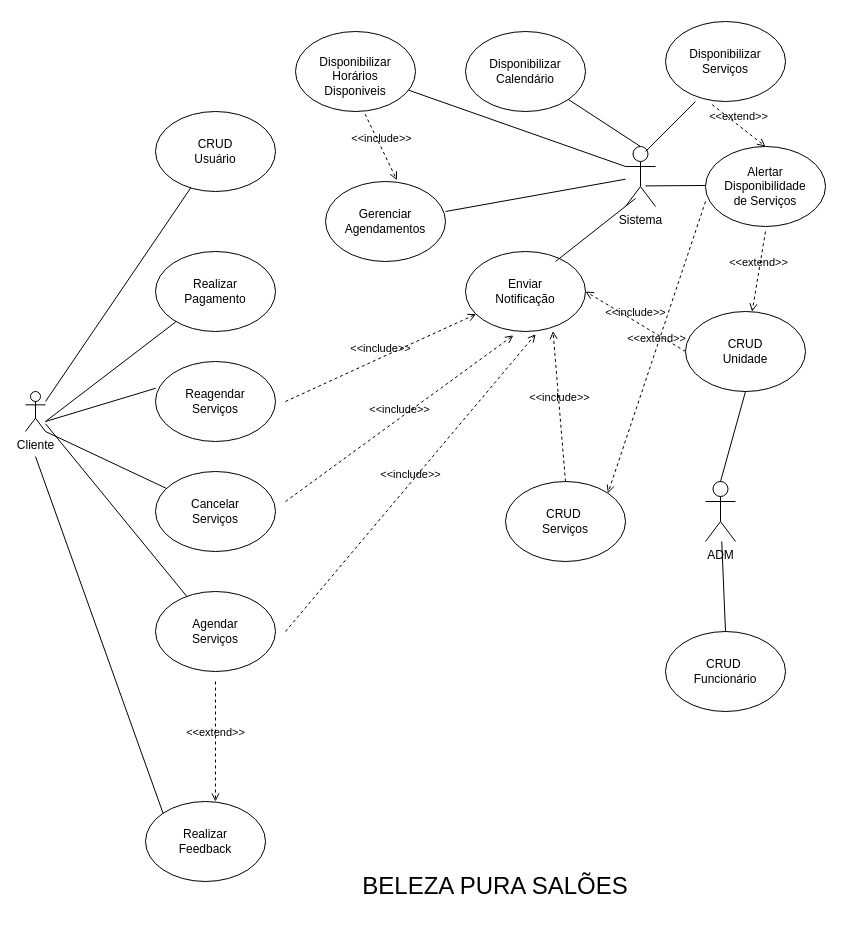
Above: page "Página-1" (1 of 2) of Diagrama sem nome.drawio in AnaBeatriz191/diagramasderequisitos (draw.io), before the change. Source tidied: cells renumbered, new cells numbered last; positions are measured from the earlier drawing's top-left corner, leaving out a move shared by most shapes. Both pictures are drawn from the tidied source at 100%, with x=0, y=0 at pixel (25, 21).
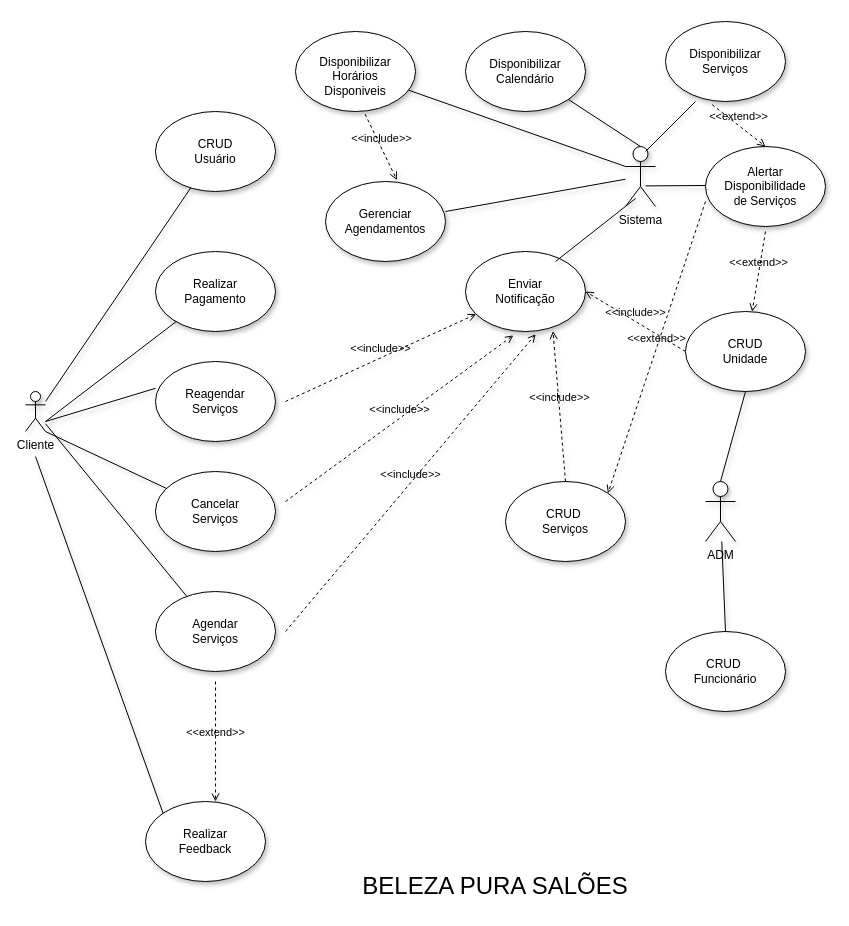
Above is the later version.

What changed in the source:
```diff
@@
-    <mxCell id="2" style="ellipse;whiteSpace=wrap;html=1;" parent="1" vertex="1">
+    <mxCell id="2" style="ellipse;whiteSpace=wrap;html=1;shadow=1;" parent="1" vertex="1">
       <mxGeometry x="440" y="10" width="120" height="80" as="geometry" />
     </mxCell>
-    <mxCell id="3" value="Cliente" style="shape=umlActor;verticalLabelPosition=bottom;verticalAlign=top;html=1;outlineConnect=0;" parent="1" vertex="1">
+    <mxCell id="3" value="Cliente" style="shape=umlActor;verticalLabelPosition=bottom;verticalAlign=top;html=1;outlineConnect=0;shadow=1;" parent="1" vertex="1">
       <mxGeometry y="370" width="20" height="40" as="geometry" />
     </mxCell>
-    <mxCell id="4" value="ADM" style="shape=umlActor;verticalLabelPosition=bottom;verticalAlign=top;html=1;outlineConnect=0;" parent="1" vertex="1">
+    <mxCell id="4" value="ADM" style="shape=umlActor;verticalLabelPosition=bottom;verticalAlign=top;html=1;outlineConnect=0;shadow=1;" parent="1" vertex="1">
       <mxGeometry x="680" y="460" width="30" height="60" as="geometry" />
     </mxCell>
-    <mxCell id="5" style="ellipse;whiteSpace=wrap;html=1;" parent="1" vertex="1">
+    <mxCell id="5" style="ellipse;whiteSpace=wrap;html=1;shadow=1;" parent="1" vertex="1">
       <mxGeometry x="130" y="90" width="120" height="80" as="geometry" />
     </mxCell>
-    <mxCell id="6" style="ellipse;whiteSpace=wrap;html=1;" parent="1" vertex="1">
+    <mxCell id="6" style="ellipse;whiteSpace=wrap;html=1;shadow=1;" parent="1" vertex="1">
       <mxGeometry x="640" y="610" width="120" height="80" as="geometry" />
     </mxCell>
-    <mxCell id="7" value="CRUD Usuário" style="text;html=1;align=center;verticalAlign=middle;whiteSpace=wrap;rounded=0;" parent="1" vertex="1">
+    <mxCell id="7" value="CRUD Usuário" style="text;html=1;align=center;verticalAlign=middle;whiteSpace=wrap;rounded=0;shadow=1;" parent="1" vertex="1">
       <mxGeometry x="160" y="115" width="60" height="30" as="geometry" />
     </mxCell>
-    <mxCell id="8" style="ellipse;whiteSpace=wrap;html=1;" parent="1" vertex="1">
+    <mxCell id="8" style="ellipse;whiteSpace=wrap;html=1;shadow=1;" parent="1" vertex="1">
       <mxGeometry x="130" y="230" width="120" height="80" as="geometry" />
     </mxCell>
-    <mxCell id="9" value="CRUD&amp;nbsp;&lt;div&gt;Funcionário&lt;/div&gt;" style="text;html=1;align=center;verticalAlign=middle;whiteSpace=wrap;rounded=0;" parent="1" vertex="1">
+    <mxCell id="9" value="CRUD&amp;nbsp;&lt;div&gt;Funcionário&lt;/div&gt;" style="text;html=1;align=center;verticalAlign=middle;whiteSpace=wrap;rounded=0;shadow=1;" parent="1" vertex="1">
       <mxGeometry x="670" y="635" width="60" height="30" as="geometry" />
     </mxCell>
-    <mxCell id="10" style="ellipse;whiteSpace=wrap;html=1;" parent="1" vertex="1">
+    <mxCell id="10" style="ellipse;whiteSpace=wrap;html=1;shadow=1;" parent="1" vertex="1">
       <mxGeometry x="130" y="340" width="120" height="80" as="geometry" />
     </mxCell>
-    <mxCell id="11" style="ellipse;whiteSpace=wrap;html=1;" parent="1" vertex="1">
+    <mxCell id="11" style="ellipse;whiteSpace=wrap;html=1;shadow=1;" parent="1" vertex="1">
       <mxGeometry x="130" y="570" width="120" height="80" as="geometry" />
     </mxCell>
-    <mxCell id="12" style="ellipse;whiteSpace=wrap;html=1;" parent="1" vertex="1">
+    <mxCell id="12" style="ellipse;whiteSpace=wrap;html=1;shadow=1;" parent="1" vertex="1">
       <mxGeometry x="440" y="230" width="120" height="80" as="geometry" />
     </mxCell>
-    <mxCell id="13" style="ellipse;whiteSpace=wrap;html=1;" parent="1" vertex="1">
+    <mxCell id="13" style="ellipse;whiteSpace=wrap;html=1;shadow=1;" parent="1" vertex="1">
       <mxGeometry x="640" width="120" height="80" as="geometry" />
     </mxCell>
-    <mxCell id="14" style="ellipse;whiteSpace=wrap;html=1;" parent="1" vertex="1">
+    <mxCell id="14" style="ellipse;whiteSpace=wrap;html=1;shadow=1;" parent="1" vertex="1">
       <mxGeometry x="270" y="10" width="120" height="80" as="geometry" />
     </mxCell>
-    <mxCell id="15" style="ellipse;whiteSpace=wrap;html=1;" parent="1" vertex="1">
+    <mxCell id="15" style="ellipse;whiteSpace=wrap;html=1;shadow=1;" parent="1" vertex="1">
       <mxGeometry x="680" y="125" width="120" height="80" as="geometry" />
     </mxCell>
-    <mxCell id="16" style="ellipse;whiteSpace=wrap;html=1;" parent="1" vertex="1">
+    <mxCell id="16" style="ellipse;whiteSpace=wrap;html=1;shadow=1;" parent="1" vertex="1">
       <mxGeometry x="120" y="780" width="120" height="80" as="geometry" />
     </mxCell>
-    <mxCell id="17" style="ellipse;whiteSpace=wrap;html=1;" parent="1" vertex="1">
+    <mxCell id="17" style="ellipse;whiteSpace=wrap;html=1;shadow=1;" parent="1" vertex="1">
       <mxGeometry x="300" y="160" width="120" height="80" as="geometry" />
     </mxCell>
-    <mxCell id="18" style="ellipse;whiteSpace=wrap;html=1;" parent="1" vertex="1">
+    <mxCell id="18" style="ellipse;whiteSpace=wrap;html=1;shadow=1;" parent="1" vertex="1">
       <mxGeometry x="130" y="450" width="120" height="80" as="geometry" />
     </mxCell>
-    <mxCell id="19" value="Reagendar Serviços" style="text;html=1;align=center;verticalAlign=middle;whiteSpace=wrap;rounded=0;" parent="1" vertex="1">
+    <mxCell id="19" value="Reagendar Serviços" style="text;html=1;align=center;verticalAlign=middle;whiteSpace=wrap;rounded=0;shadow=1;" parent="1" vertex="1">
       <mxGeometry x="160" y="365" width="60" height="30" as="geometry" />
     </mxCell>
-    <mxCell id="20" value="Cancelar Serviços" style="text;html=1;align=center;verticalAlign=middle;whiteSpace=wrap;rounded=0;" parent="1" vertex="1">
+    <mxCell id="20" value="Cancelar Serviços" style="text;html=1;align=center;verticalAlign=middle;whiteSpace=wrap;rounded=0;shadow=1;" parent="1" vertex="1">
       <mxGeometry x="160" y="475" width="60" height="30" as="geometry" />
     </mxCell>
-    <mxCell id="21" value="Disponibilizar Calendário" style="text;html=1;align=center;verticalAlign=middle;whiteSpace=wrap;rounded=0;" parent="1" vertex="1">
+    <mxCell id="21" value="Disponibilizar Calendário" style="text;html=1;align=center;verticalAlign=middle;whiteSpace=wrap;rounded=0;shadow=1;" parent="1" vertex="1">
       <mxGeometry x="470" y="35" width="60" height="30" as="geometry" />
     </mxCell>
-    <mxCell id="22" value="Realizar Pagamento" style="text;html=1;align=center;verticalAlign=middle;whiteSpace=wrap;rounded=0;" parent="1" vertex="1">
+    <mxCell id="22" value="Realizar Pagamento" style="text;html=1;align=center;verticalAlign=middle;whiteSpace=wrap;rounded=0;shadow=1;" parent="1" vertex="1">
       <mxGeometry x="160" y="255" width="60" height="30" as="geometry" />
     </mxCell>
-    <mxCell id="23" value="Realizar Feedback" style="text;html=1;align=center;verticalAlign=middle;whiteSpace=wrap;rounded=0;" parent="1" vertex="1">
+    <mxCell id="23" value="Realizar Feedback" style="text;html=1;align=center;verticalAlign=middle;whiteSpace=wrap;rounded=0;shadow=1;" parent="1" vertex="1">
       <mxGeometry x="150" y="805" width="60" height="30" as="geometry" />
     </mxCell>
-    <mxCell id="24" value="Disponibilizar Serviços" style="text;html=1;align=center;verticalAlign=middle;whiteSpace=wrap;rounded=0;" parent="1" vertex="1">
+    <mxCell id="24" value="Disponibilizar Serviços" style="text;html=1;align=center;verticalAlign=middle;whiteSpace=wrap;rounded=0;shadow=1;" parent="1" vertex="1">
       <mxGeometry x="670" y="25" width="60" height="30" as="geometry" />
     </mxCell>
-    <mxCell id="25" value="Gerenciar Agendamentos" style="text;html=1;align=center;verticalAlign=middle;whiteSpace=wrap;rounded=0;" parent="1" vertex="1">
+    <mxCell id="25" value="Gerenciar Agendamentos" style="text;html=1;align=center;verticalAlign=middle;whiteSpace=wrap;rounded=0;shadow=1;" parent="1" vertex="1">
       <mxGeometry x="330" y="185" width="60" height="30" as="geometry" />
     </mxCell>
-    <mxCell id="26" value="Disponibilizar Horários Disponiveis" style="text;html=1;align=center;verticalAlign=middle;whiteSpace=wrap;rounded=0;" parent="1" vertex="1">
+    <mxCell id="26" value="Disponibilizar Horários Disponiveis" style="text;html=1;align=center;verticalAlign=middle;whiteSpace=wrap;rounded=0;shadow=1;" parent="1" vertex="1">
       <mxGeometry x="300" y="40" width="60" height="30" as="geometry" />
     </mxCell>
-    <mxCell id="27" value="Enviar Notificação" style="text;html=1;align=center;verticalAlign=middle;whiteSpace=wrap;rounded=0;" parent="1" vertex="1">
+    <mxCell id="27" value="Enviar Notificação" style="text;html=1;align=center;verticalAlign=middle;whiteSpace=wrap;rounded=0;shadow=1;" parent="1" vertex="1">
       <mxGeometry x="470" y="255" width="60" height="30" as="geometry" />
     </mxCell>
-    <mxCell id="28" value="Alertar Disponibilidade de Serviços" style="text;html=1;align=center;verticalAlign=middle;whiteSpace=wrap;rounded=0;" parent="1" vertex="1">
+    <mxCell id="28" value="Alertar Disponibilidade de Serviços" style="text;html=1;align=center;verticalAlign=middle;whiteSpace=wrap;rounded=0;shadow=1;" parent="1" vertex="1">
       <mxGeometry x="710" y="150" width="60" height="30" as="geometry" />
     </mxCell>
-    <mxCell id="29" style="endArrow=none;html=1;rounded=0;" parent="1" edge="1" target="5">
+    <mxCell id="29" style="endArrow=none;html=1;rounded=0;shadow=1;" parent="1" edge="1" target="5">
       <mxGeometry relative="1" as="geometry">
         <mxPoint x="20" y="380" as="sourcePoint" />
       </mxGeometry>
     </mxCell>
-    <mxCell id="30" style="endArrow=none;html=1;rounded=0;" parent="1" edge="1" target="8">
+    <mxCell id="30" style="endArrow=none;html=1;rounded=0;shadow=1;" parent="1" edge="1" target="8">
       <mxGeometry relative="1" as="geometry">
         <mxPoint x="20" y="400" as="sourcePoint" />
       </mxGeometry>
     </mxCell>
-    <mxCell id="31" style="endArrow=none;html=1;rounded=0;entryX=0.001;entryY=0.335;entryDx=0;entryDy=0;entryPerimeter=0;" parent="1" edge="1" target="10">
+    <mxCell id="31" style="endArrow=none;html=1;rounded=0;entryX=0.001;entryY=0.335;entryDx=0;entryDy=0;entryPerimeter=0;shadow=1;" parent="1" edge="1" target="10">
       <mxGeometry relative="1" as="geometry">
         <mxPoint x="20" y="400" as="sourcePoint" />
       </mxGeometry>
     </mxCell>
-    <mxCell id="32" style="endArrow=none;html=1;rounded=0;exitX=1;exitY=1;exitDx=0;exitDy=0;exitPerimeter=0;" parent="1" edge="1" source="3" target="18">
+    <mxCell id="32" style="endArrow=none;html=1;rounded=0;exitX=1;exitY=1;exitDx=0;exitDy=0;exitPerimeter=0;shadow=1;" parent="1" edge="1" source="3" target="18">
       <mxGeometry relative="1" as="geometry" />
     </mxCell>
-    <mxCell id="33" style="endArrow=none;html=1;rounded=0;" parent="1" edge="1" source="3" target="11">
+    <mxCell id="33" style="endArrow=none;html=1;rounded=0;shadow=1;" parent="1" edge="1" source="3" target="11">
       <mxGeometry relative="1" as="geometry" />
     </mxCell>
-    <mxCell id="34" style="endArrow=none;html=1;rounded=0;entryX=0;entryY=0;entryDx=0;entryDy=0;" parent="1" edge="1" target="16">
+    <mxCell id="34" style="endArrow=none;html=1;rounded=0;entryX=0;entryY=0;entryDx=0;entryDy=0;shadow=1;" parent="1" edge="1" target="16">
       <mxGeometry relative="1" as="geometry">
         <mxPoint x="10" y="435" as="sourcePoint" />
       </mxGeometry>
     </mxCell>
-    <mxCell id="35" style="endArrow=none;html=1;rounded=0;exitX=0.5;exitY=0;exitDx=0;exitDy=0;" parent="1" edge="1" source="6" target="4">
+    <mxCell id="35" style="endArrow=none;html=1;rounded=0;exitX=0.5;exitY=0;exitDx=0;exitDy=0;shadow=1;" parent="1" edge="1" source="6" target="4">
       <mxGeometry relative="1" as="geometry" />
     </mxCell>
-    <mxCell id="36" value="&amp;lt;&amp;lt;include&amp;gt;&amp;gt;" style="html=1;verticalAlign=bottom;labelBackgroundColor=none;endArrow=open;endFill=0;dashed=1;rounded=0;exitX=0;exitY=0.5;exitDx=0;exitDy=0;entryX=1;entryY=0.5;entryDx=0;entryDy=0;" parent="1" edge="1" source="44" target="12">
+    <mxCell id="36" value="&amp;lt;&amp;lt;include&amp;gt;&amp;gt;" style="html=1;verticalAlign=bottom;labelBackgroundColor=none;endArrow=open;endFill=0;dashed=1;rounded=0;exitX=0;exitY=0.5;exitDx=0;exitDy=0;entryX=1;entryY=0.5;entryDx=0;entryDy=0;shadow=1;" parent="1" edge="1" source="44" target="12">
       <mxGeometry relative="1" as="geometry" />
     </mxCell>
-    <mxCell id="37" value="&amp;lt;&amp;lt;include&amp;gt;&amp;gt;" style="html=1;verticalAlign=bottom;labelBackgroundColor=none;endArrow=open;endFill=0;dashed=1;rounded=0;" parent="1" edge="1" target="12">
+    <mxCell id="37" value="&amp;lt;&amp;lt;include&amp;gt;&amp;gt;" style="html=1;verticalAlign=bottom;labelBackgroundColor=none;endArrow=open;endFill=0;dashed=1;rounded=0;shadow=1;" parent="1" edge="1" target="12">
       <mxGeometry relative="1" as="geometry">
         <mxPoint x="260" y="380" as="sourcePoint" />
       </mxGeometry>
     </mxCell>
-    <mxCell id="38" value="&amp;lt;&amp;lt;include&amp;gt;&amp;gt;" style="html=1;verticalAlign=bottom;labelBackgroundColor=none;endArrow=open;endFill=0;dashed=1;rounded=0;entryX=0.399;entryY=1.048;entryDx=0;entryDy=0;entryPerimeter=0;" parent="1" edge="1" target="12">
+    <mxCell id="38" value="&amp;lt;&amp;lt;include&amp;gt;&amp;gt;" style="html=1;verticalAlign=bottom;labelBackgroundColor=none;endArrow=open;endFill=0;dashed=1;rounded=0;entryX=0.399;entryY=1.048;entryDx=0;entryDy=0;entryPerimeter=0;shadow=1;" parent="1" edge="1" target="12">
       <mxGeometry relative="1" as="geometry">
         <mxPoint x="260" y="480" as="sourcePoint" />
       </mxGeometry>
     </mxCell>
-    <mxCell id="39" value="Agendar Serviços" style="text;html=1;align=center;verticalAlign=middle;whiteSpace=wrap;rounded=0;" parent="1" vertex="1">
+    <mxCell id="39" value="Agendar Serviços" style="text;html=1;align=center;verticalAlign=middle;whiteSpace=wrap;rounded=0;shadow=1;" parent="1" vertex="1">
       <mxGeometry x="160" y="595" width="60" height="30" as="geometry" />
     </mxCell>
-    <mxCell id="40" value="&amp;lt;&amp;lt;include&amp;gt;&amp;gt;" style="html=1;verticalAlign=bottom;labelBackgroundColor=none;endArrow=open;endFill=0;dashed=1;rounded=0;entryX=0.585;entryY=1.033;entryDx=0;entryDy=0;entryPerimeter=0;" parent="1" edge="1" target="12">
+    <mxCell id="40" value="&amp;lt;&amp;lt;include&amp;gt;&amp;gt;" style="html=1;verticalAlign=bottom;labelBackgroundColor=none;endArrow=open;endFill=0;dashed=1;rounded=0;entryX=0.585;entryY=1.033;entryDx=0;entryDy=0;entryPerimeter=0;shadow=1;" parent="1" edge="1" target="12">
       <mxGeometry relative="1" as="geometry">
         <mxPoint x="260" y="610" as="sourcePoint" />
       </mxGeometry>
     </mxCell>
-    <mxCell id="41" value="&amp;lt;&amp;lt;extend&amp;gt;&amp;gt;" style="html=1;verticalAlign=bottom;labelBackgroundColor=none;endArrow=open;endFill=0;dashed=1;rounded=0;entryX=0.583;entryY=0;entryDx=0;entryDy=0;entryPerimeter=0;" parent="1" edge="1" target="16">
+    <mxCell id="41" value="&amp;lt;&amp;lt;extend&amp;gt;&amp;gt;" style="html=1;verticalAlign=bottom;labelBackgroundColor=none;endArrow=open;endFill=0;dashed=1;rounded=0;entryX=0.583;entryY=0;entryDx=0;entryDy=0;entryPerimeter=0;shadow=1;" parent="1" edge="1" target="16">
       <mxGeometry relative="1" as="geometry">
         <mxPoint x="190" y="660" as="sourcePoint" />
       </mxGeometry>
     </mxCell>
-    <mxCell id="42" value="&amp;lt;&amp;lt;extend&amp;gt;&amp;gt;" style="html=1;verticalAlign=bottom;labelBackgroundColor=none;endArrow=open;endFill=0;dashed=1;rounded=0;entryX=0.5;entryY=0;entryDx=0;entryDy=0;exitX=0.389;exitY=1.04;exitDx=0;exitDy=0;exitPerimeter=0;" parent="1" edge="1" source="13" target="15">
+    <mxCell id="42" value="&amp;lt;&amp;lt;extend&amp;gt;&amp;gt;" style="html=1;verticalAlign=bottom;labelBackgroundColor=none;endArrow=open;endFill=0;dashed=1;rounded=0;entryX=0.5;entryY=0;entryDx=0;entryDy=0;exitX=0.389;exitY=1.04;exitDx=0;exitDy=0;exitPerimeter=0;shadow=1;" parent="1" edge="1" source="13" target="15">
       <mxGeometry relative="1" as="geometry" />
     </mxCell>
-    <mxCell id="43" value="Sistema" style="shape=umlActor;verticalLabelPosition=bottom;verticalAlign=top;html=1;outlineConnect=0;" parent="1" vertex="1">
+    <mxCell id="43" value="Sistema" style="shape=umlActor;verticalLabelPosition=bottom;verticalAlign=top;html=1;outlineConnect=0;shadow=1;" parent="1" vertex="1">
       <mxGeometry x="600" y="125" width="30" height="60" as="geometry" />
     </mxCell>
-    <mxCell id="44" style="ellipse;whiteSpace=wrap;html=1;" parent="1" vertex="1">
+    <mxCell id="44" style="ellipse;whiteSpace=wrap;html=1;shadow=1;" parent="1" vertex="1">
       <mxGeometry x="660" y="290" width="120" height="80" as="geometry" />
     </mxCell>
-    <mxCell id="45" value="CRUD Unidade" style="text;html=1;align=center;verticalAlign=middle;whiteSpace=wrap;rounded=0;" parent="1" vertex="1">
+    <mxCell id="45" value="CRUD Unidade" style="text;html=1;align=center;verticalAlign=middle;whiteSpace=wrap;rounded=0;shadow=1;" parent="1" vertex="1">
       <mxGeometry x="690" y="315" width="60" height="30" as="geometry" />
     </mxCell>
-    <mxCell id="46" style="endArrow=none;html=1;rounded=0;entryX=0.5;entryY=1;entryDx=0;entryDy=0;exitX=0.5;exitY=0;exitDx=0;exitDy=0;exitPerimeter=0;" parent="1" edge="1" source="4" target="44">
+    <mxCell id="46" style="endArrow=none;html=1;rounded=0;entryX=0.5;entryY=1;entryDx=0;entryDy=0;exitX=0.5;exitY=0;exitDx=0;exitDy=0;exitPerimeter=0;shadow=1;" parent="1" edge="1" source="4" target="44">
       <mxGeometry relative="1" as="geometry" />
     </mxCell>
-    <mxCell id="47" value="&amp;lt;&amp;lt;extend&amp;gt;&amp;gt;" style="html=1;verticalAlign=bottom;labelBackgroundColor=none;endArrow=open;endFill=0;dashed=1;rounded=0;" parent="1" edge="1" target="44">
+    <mxCell id="47" value="&amp;lt;&amp;lt;extend&amp;gt;&amp;gt;" style="html=1;verticalAlign=bottom;labelBackgroundColor=none;endArrow=open;endFill=0;dashed=1;rounded=0;shadow=1;" parent="1" edge="1" target="44">
       <mxGeometry relative="1" as="geometry">
         <mxPoint x="740" y="210" as="sourcePoint" />
       </mxGeometry>
     </mxCell>
-    <mxCell id="48" value="&amp;lt;&amp;lt;include&amp;gt;&amp;gt;" style="html=1;verticalAlign=bottom;labelBackgroundColor=none;endArrow=open;endFill=0;dashed=1;rounded=0;entryX=0.595;entryY=-0.018;entryDx=0;entryDy=0;entryPerimeter=0;exitX=0.58;exitY=1.033;exitDx=0;exitDy=0;exitPerimeter=0;" parent="1" edge="1" source="14" target="17">
+    <mxCell id="48" value="&amp;lt;&amp;lt;include&amp;gt;&amp;gt;" style="html=1;verticalAlign=bottom;labelBackgroundColor=none;endArrow=open;endFill=0;dashed=1;rounded=0;entryX=0.595;entryY=-0.018;entryDx=0;entryDy=0;entryPerimeter=0;exitX=0.58;exitY=1.033;exitDx=0;exitDy=0;exitPerimeter=0;shadow=1;" parent="1" edge="1" source="14" target="17">
       <mxGeometry relative="1" as="geometry" />
     </mxCell>
-    <mxCell id="49" style="endArrow=none;html=1;rounded=0;" parent="1" edge="1">
+    <mxCell id="49" style="endArrow=none;html=1;rounded=0;shadow=1;" parent="1" edge="1">
       <mxGeometry relative="1" as="geometry">
         <mxPoint x="530" y="240" as="sourcePoint" />
         <mxPoint x="610" y="177" as="targetPoint" />
       </mxGeometry>
     </mxCell>
-    <mxCell id="50" style="endArrow=none;html=1;rounded=0;" parent="1" edge="1" target="43">
+    <mxCell id="50" style="endArrow=none;html=1;rounded=0;shadow=1;" parent="1" edge="1" target="43">
       <mxGeometry relative="1" as="geometry">
         <mxPoint x="420" y="190" as="sourcePoint" />
       </mxGeometry>
     </mxCell>
-    <mxCell id="51" style="endArrow=none;html=1;rounded=0;entryX=0;entryY=0.3333333333333333;entryDx=0;entryDy=0;entryPerimeter=0;" parent="1" edge="1" source="14" target="43">
+    <mxCell id="51" style="endArrow=none;html=1;rounded=0;entryX=0;entryY=0.3333333333333333;entryDx=0;entryDy=0;entryPerimeter=0;shadow=1;" parent="1" edge="1" source="14" target="43">
       <mxGeometry relative="1" as="geometry" />
     </mxCell>
-    <mxCell id="52" style="endArrow=none;html=1;rounded=0;entryX=0.5;entryY=0;entryDx=0;entryDy=0;entryPerimeter=0;" parent="1" edge="1" source="2" target="43">
+    <mxCell id="52" style="endArrow=none;html=1;rounded=0;entryX=0.5;entryY=0;entryDx=0;entryDy=0;entryPerimeter=0;shadow=1;" parent="1" edge="1" source="2" target="43">
       <mxGeometry relative="1" as="geometry" />
     </mxCell>
-    <mxCell id="53" style="endArrow=none;html=1;rounded=0;" parent="1" edge="1">
+    <mxCell id="53" style="endArrow=none;html=1;rounded=0;shadow=1;" parent="1" edge="1">
       <mxGeometry relative="1" as="geometry">
         <mxPoint x="620" y="130" as="sourcePoint" />
         <mxPoint x="670" y="80" as="targetPoint" />
       </mxGeometry>
     </mxCell>
-    <mxCell id="54" style="endArrow=none;html=1;rounded=0;" parent="1" edge="1">
+    <mxCell id="54" style="endArrow=none;html=1;rounded=0;shadow=1;" parent="1" edge="1">
       <mxGeometry relative="1" as="geometry">
         <mxPoint x="620" y="164.4" as="sourcePoint" />
         <mxPoint x="680" y="164" as="targetPoint" />
       </mxGeometry>
     </mxCell>
-    <mxCell id="55" value="&lt;font style=&quot;font-size: 24px;&quot;&gt;BELEZA PURA SALÕES&lt;/font&gt;" style="text;html=1;align=center;verticalAlign=middle;whiteSpace=wrap;rounded=0;" parent="1" vertex="1">
+    <mxCell id="55" value="&lt;font style=&quot;font-size: 24px;&quot;&gt;BELEZA PURA SALÕES&lt;/font&gt;" style="text;html=1;align=center;verticalAlign=middle;whiteSpace=wrap;rounded=0;shadow=1;" parent="1" vertex="1">
       <mxGeometry x="280" y="850" width="380" height="30" as="geometry" />
     </mxCell>
-    <mxCell id="56" style="ellipse;whiteSpace=wrap;html=1;" parent="1" vertex="1">
+    <mxCell id="56" style="ellipse;whiteSpace=wrap;html=1;shadow=1;" parent="1" vertex="1">
       <mxGeometry x="480" y="460" width="120" height="80" as="geometry" />
     </mxCell>
-    <mxCell id="57" value="CRUD&amp;nbsp;&lt;div&gt;Serviços&lt;/div&gt;" style="text;html=1;align=center;verticalAlign=middle;whiteSpace=wrap;rounded=0;" parent="1" vertex="1">
+    <mxCell id="57" value="CRUD&amp;nbsp;&lt;div&gt;Serviços&lt;/div&gt;" style="text;html=1;align=center;verticalAlign=middle;whiteSpace=wrap;rounded=0;shadow=1;" parent="1" vertex="1">
       <mxGeometry x="510" y="485" width="60" height="30" as="geometry" />
     </mxCell>
-    <mxCell id="58" value="&amp;lt;&amp;lt;include&amp;gt;&amp;gt;" style="html=1;verticalAlign=bottom;labelBackgroundColor=none;endArrow=open;endFill=0;dashed=1;rounded=0;entryX=0.729;entryY=0.994;entryDx=0;entryDy=0;entryPerimeter=0;exitX=0.5;exitY=0;exitDx=0;exitDy=0;" parent="1" edge="1" source="56" target="12">
+    <mxCell id="58" value="&amp;lt;&amp;lt;include&amp;gt;&amp;gt;" style="html=1;verticalAlign=bottom;labelBackgroundColor=none;endArrow=open;endFill=0;dashed=1;rounded=0;entryX=0.729;entryY=0.994;entryDx=0;entryDy=0;entryPerimeter=0;exitX=0.5;exitY=0;exitDx=0;exitDy=0;shadow=1;" parent="1" edge="1" source="56" target="12">
       <mxGeometry relative="1" as="geometry" />
     </mxCell>
-    <mxCell id="59" value="&amp;lt;&amp;lt;extend&amp;gt;&amp;gt;" style="html=1;verticalAlign=bottom;labelBackgroundColor=none;endArrow=open;endFill=0;dashed=1;rounded=0;entryX=1;entryY=0;entryDx=0;entryDy=0;exitX=0;exitY=0.688;exitDx=0;exitDy=0;exitPerimeter=0;" parent="1" edge="1" source="15" target="56">
+    <mxCell id="59" value="&amp;lt;&amp;lt;extend&amp;gt;&amp;gt;" style="html=1;verticalAlign=bottom;labelBackgroundColor=none;endArrow=open;endFill=0;dashed=1;rounded=0;entryX=1;entryY=0;entryDx=0;entryDy=0;exitX=0;exitY=0.688;exitDx=0;exitDy=0;exitPerimeter=0;shadow=1;" parent="1" edge="1" source="15" target="56">
       <mxGeometry relative="1" as="geometry" />
     </mxCell>
```
